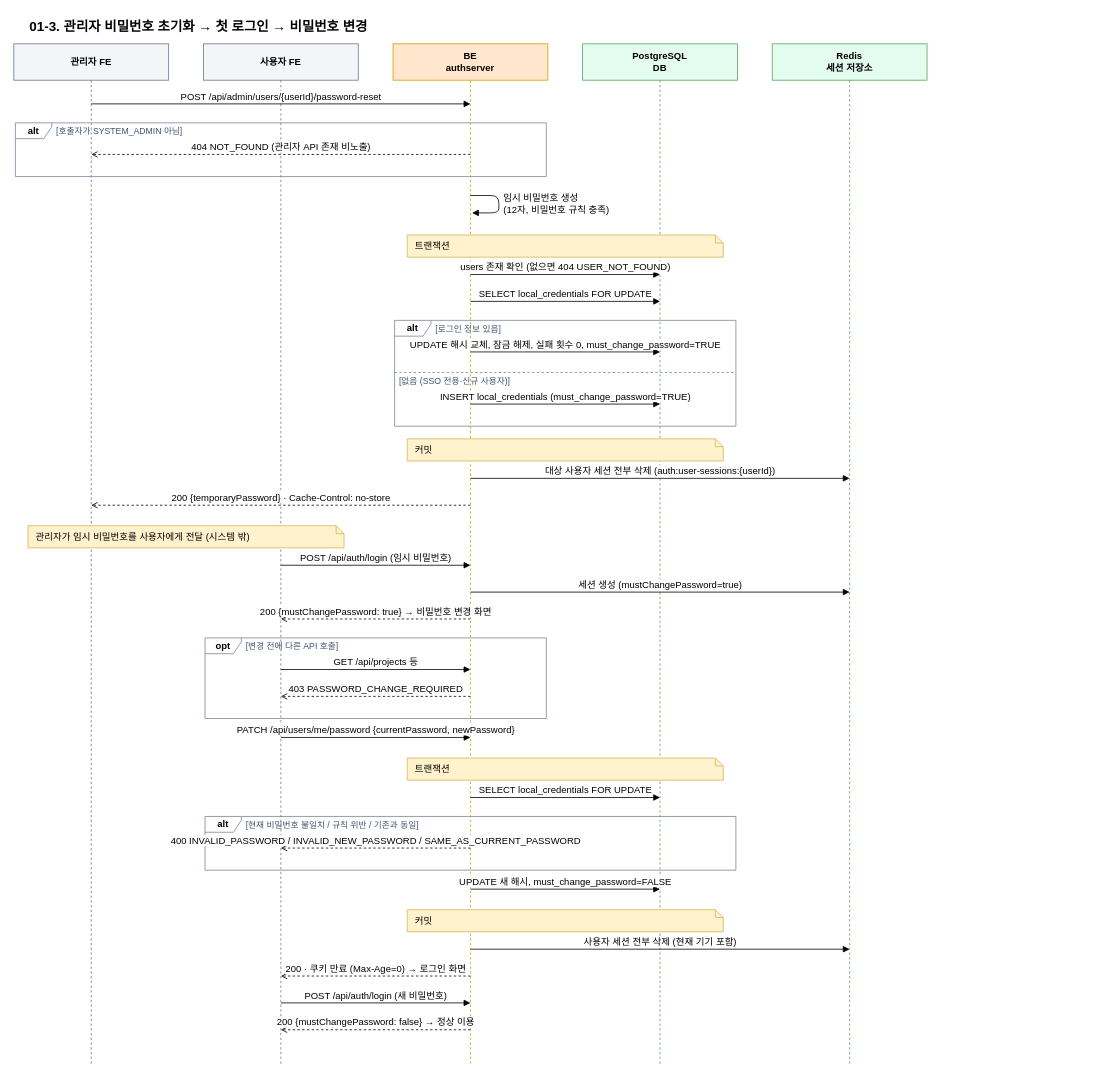
Before: docs/sequence/01-3-password-reset-and-change.drawio in WonikQnCKDT/CoreviaAI_BE, a draw.io diagram. Source tidied: cells renumbered, new cells numbered last; positions are measured from the earlier drawing's top-left corner, leaving out a move shared by most shapes. Both pictures are drawn from the tidied source at 79%, with x=0, y=0 at pixel (13, 13).
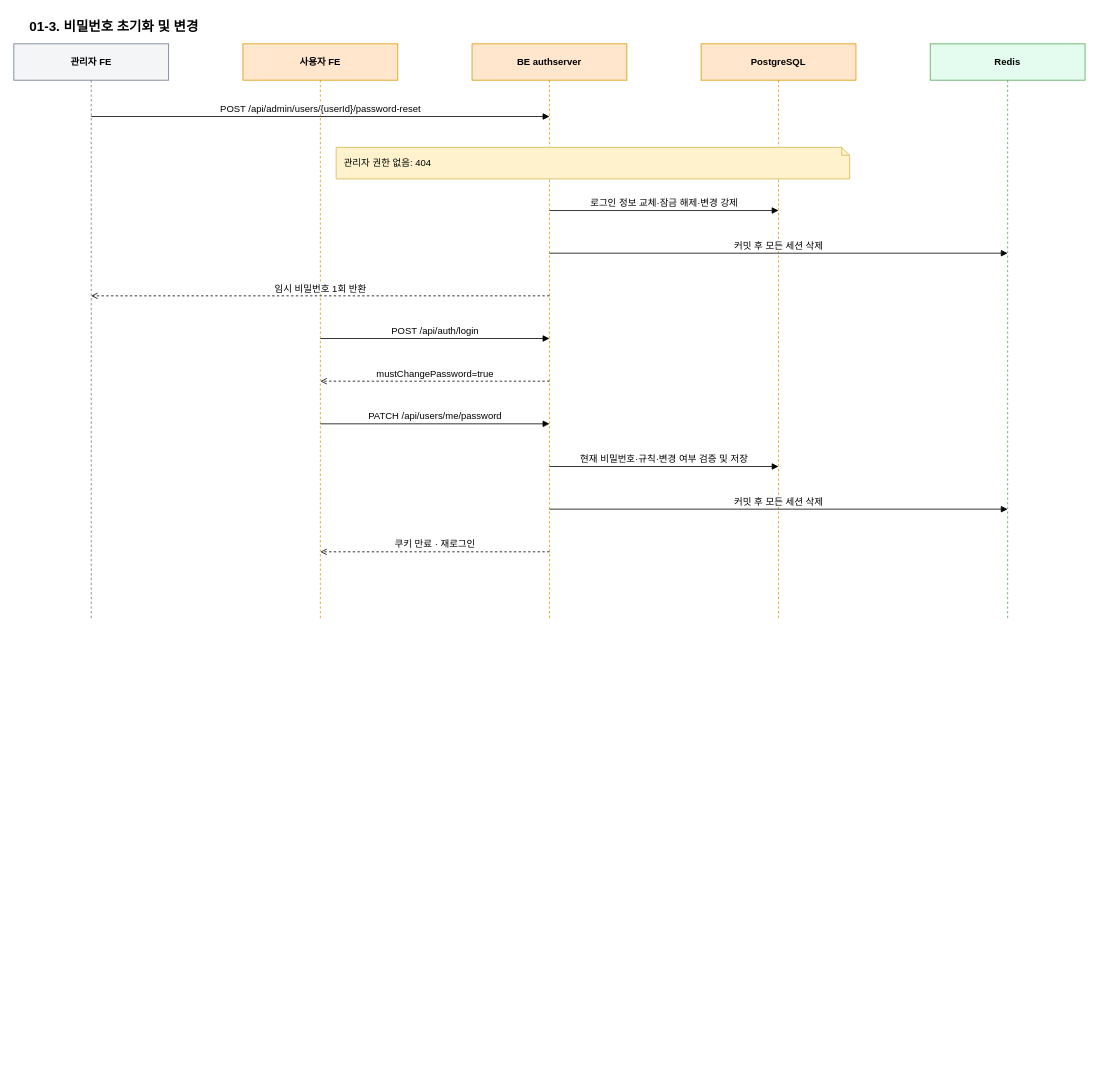
After the change.

Diff of the diagram source:
```diff
@@
+    <mxCell id="18" value="관리자 FE" style="shape=umlLifeline;perimeter=lifelinePerimeter;whiteSpace=wrap;html=1;size=46;fillColor=#F4F5F7;strokeColor=#6B778C;fontStyle=1;" parent="1" vertex="1">
+      <mxGeometry y="38" width="196" height="727" as="geometry" />
+    </mxCell>
+    <mxCell id="19" value="사용자 FE" style="shape=umlLifeline;perimeter=lifelinePerimeter;whiteSpace=wrap;html=1;size=46;fillColor=#FFE6CC;strokeColor=#D79B00;fontStyle=1;" parent="1" vertex="1">
+      <mxGeometry x="290" y="38" width="196" height="727" as="geometry" />
+    </mxCell>
+    <mxCell id="20" value="BE authserver" style="shape=umlLifeline;perimeter=lifelinePerimeter;whiteSpace=wrap;html=1;size=46;fillColor=#FFE6CC;strokeColor=#D79B00;fontStyle=1;" parent="1" vertex="1">
+      <mxGeometry x="580" y="38" width="196" height="727" as="geometry" />
+    </mxCell>
+    <mxCell id="21" value="PostgreSQL" style="shape=umlLifeline;perimeter=lifelinePerimeter;whiteSpace=wrap;html=1;size=46;fillColor=#FFE6CC;strokeColor=#D79B00;fontStyle=1;" parent="1" vertex="1">
+      <mxGeometry x="870" y="38" width="196" height="727" as="geometry" />
+    </mxCell>
+    <mxCell id="22" value="Redis" style="shape=umlLifeline;perimeter=lifelinePerimeter;whiteSpace=wrap;html=1;size=46;fillColor=#E3FCEF;strokeColor=#57A55A;fontStyle=1;" parent="1" vertex="1">
+      <mxGeometry x="1160" y="38" width="196" height="727" as="geometry" />
+    </mxCell>
-    <mxCell id="2" value="alt" style="shape=umlFrame;whiteSpace=wrap;html=1;width=46;height=20;fillColor=none;strokeColor=#7A869A;fontStyle=1;" parent="1" vertex="1">
-      <mxGeometry x="2" y="138" width="672" height="68" as="geometry" />
+    <mxCell id="2" value="POST /api/admin/users/{userId}/password-reset" style="endArrow=block;endFill=1;html=1;verticalAlign=bottom;fontSize=12;" parent="1" edge="1">
+      <mxGeometry relative="1" as="geometry">
+        <mxPoint x="98" y="130" as="sourcePoint" />
+        <mxPoint x="678" y="130" as="targetPoint" />
+      </mxGeometry>
     </mxCell>
-    <mxCell id="3" value="[호출자가 SYSTEM_ADMIN 아님]" style="text;html=1;align=left;verticalAlign=middle;fontColor=#42526E;fontSize=11;" parent="1" vertex="1">
-      <mxGeometry x="52" y="139" width="618" height="20" as="geometry" />
+    <mxCell id="3" value="관리자 권한 없음: 404" style="shape=note;size=10;whiteSpace=wrap;html=1;fillColor=#FFF2CC;strokeColor=#D6B656;align=left;spacingLeft=8;verticalAlign=middle;fontSize=12;" parent="1" vertex="1">
+      <mxGeometry x="408" y="169" width="650" height="40" as="geometry" />
     </mxCell>
-    <mxCell id="4" value="alt" style="shape=umlFrame;whiteSpace=wrap;html=1;width=46;height=20;fillColor=none;strokeColor=#7A869A;fontStyle=1;" parent="1" vertex="1">
-      <mxGeometry x="482" y="388" width="432" height="134" as="geometry" />
+    <mxCell id="4" value="로그인 정보 교체·잠금 해제·변경 강제" style="endArrow=block;endFill=1;html=1;verticalAlign=bottom;fontSize=12;" parent="1" edge="1">
+      <mxGeometry relative="1" as="geometry">
+        <mxPoint x="678" y="249" as="sourcePoint" />
+        <mxPoint x="968" y="249" as="targetPoint" />
+      </mxGeometry>
     </mxCell>
-    <mxCell id="5" value="[로그인 정보 있음]" style="text;html=1;align=left;verticalAlign=middle;fontColor=#42526E;fontSize=11;" parent="1" vertex="1">
-      <mxGeometry x="532" y="389" width="378" height="20" as="geometry" />
+    <mxCell id="5" value="커밋 후 모든 세션 삭제" style="endArrow=block;endFill=1;html=1;verticalAlign=bottom;fontSize=12;" parent="1" edge="1">
+      <mxGeometry relative="1" as="geometry">
+        <mxPoint x="678" y="303" as="sourcePoint" />
+        <mxPoint x="1258" y="303" as="targetPoint" />
+      </mxGeometry>
     </mxCell>
-    <mxCell id="6" style="endArrow=none;dashed=1;html=1;strokeColor=#7A869A;" parent="1" edge="1">
+    <mxCell id="6" value="임시 비밀번호 1회 반환" style="dashed=1;endArrow=open;endFill=0;html=1;verticalAlign=bottom;fontSize=12;" parent="1" edge="1">
       <mxGeometry relative="1" as="geometry">
-        <mxPoint x="482" y="454" as="sourcePoint" />
-        <mxPoint x="914" y="454" as="targetPoint" />
+        <mxPoint x="678" y="357" as="sourcePoint" />
+        <mxPoint x="98" y="357" as="targetPoint" />
       </mxGeometry>
     </mxCell>
-    <mxCell id="7" value="[없음 (SSO 전용·신규 사용자)]" style="text;html=1;align=left;verticalAlign=middle;fontColor=#42526E;fontSize=11;" parent="1" vertex="1">
-      <mxGeometry x="486" y="455" width="424" height="20" as="geometry" />
+    <mxCell id="7" value="POST /api/auth/login" style="endArrow=block;endFill=1;html=1;verticalAlign=bottom;fontSize=12;" parent="1" edge="1">
+      <mxGeometry relative="1" as="geometry">
+        <mxPoint x="388" y="411" as="sourcePoint" />
+        <mxPoint x="678" y="411" as="targetPoint" />
+      </mxGeometry>
     </mxCell>
-    <mxCell id="8" value="opt" style="shape=umlFrame;whiteSpace=wrap;html=1;width=46;height=20;fillColor=none;strokeColor=#7A869A;fontStyle=1;" parent="1" vertex="1">
-      <mxGeometry x="242" y="790" width="432" height="102" as="geometry" />
+    <mxCell id="8" value="mustChangePassword=true" style="dashed=1;endArrow=open;endFill=0;html=1;verticalAlign=bottom;fontSize=12;" parent="1" edge="1">
+      <mxGeometry relative="1" as="geometry">
+        <mxPoint x="678" y="465" as="sourcePoint" />
+        <mxPoint x="388" y="465" as="targetPoint" />
+      </mxGeometry>
     </mxCell>
-    <mxCell id="9" value="[변경 전에 다른 API 호출]" style="text;html=1;align=left;verticalAlign=middle;fontColor=#42526E;fontSize=11;" parent="1" vertex="1">
-      <mxGeometry x="292" y="791" width="378" height="20" as="geometry" />
+    <mxCell id="9" value="PATCH /api/users/me/password" style="endArrow=block;endFill=1;html=1;verticalAlign=bottom;fontSize=12;" parent="1" edge="1">
+      <mxGeometry relative="1" as="geometry">
+        <mxPoint x="388" y="519" as="sourcePoint" />
+        <mxPoint x="678" y="519" as="targetPoint" />
+      </mxGeometry>
     </mxCell>
-    <mxCell id="10" value="alt" style="shape=umlFrame;whiteSpace=wrap;html=1;width=46;height=20;fillColor=none;strokeColor=#7A869A;fontStyle=1;" parent="1" vertex="1">
-      <mxGeometry x="242" y="1016" width="672" height="68" as="geometry" />
+    <mxCell id="10" value="현재 비밀번호·규칙·변경 여부 검증 및 저장" style="endArrow=block;endFill=1;html=1;verticalAlign=bottom;fontSize=12;" parent="1" edge="1">
+      <mxGeometry relative="1" as="geometry">
+        <mxPoint x="678" y="573" as="sourcePoint" />
+        <mxPoint x="968" y="573" as="targetPoint" />
+      </mxGeometry>
     </mxCell>
-    <mxCell id="11" value="[현재 비밀번호 불일치 / 규칙 위반 / 기존과 동일]" style="text;html=1;align=left;verticalAlign=middle;fontColor=#42526E;fontSize=11;" parent="1" vertex="1">
-      <mxGeometry x="292" y="1017" width="618" height="20" as="geometry" />
+    <mxCell id="11" value="커밋 후 모든 세션 삭제" style="endArrow=block;endFill=1;html=1;verticalAlign=bottom;fontSize=12;" parent="1" edge="1">
+      <mxGeometry relative="1" as="geometry">
+        <mxPoint x="678" y="627" as="sourcePoint" />
+        <mxPoint x="1258" y="627" as="targetPoint" />
+      </mxGeometry>
     </mxCell>
-    <mxCell id="12" value="관리자 FE" style="shape=umlLifeline;perimeter=lifelinePerimeter;whiteSpace=wrap;html=1;size=46;fillColor=#F4F5F7;strokeColor=#6B778C;fontStyle=1;" parent="1" vertex="1">
-      <mxGeometry y="38" width="196" height="1292" as="geometry" />
-    </mxCell>
-    <mxCell id="13" value="사용자 FE" style="shape=umlLifeline;perimeter=lifelinePerimeter;whiteSpace=wrap;html=1;size=46;fillColor=#F4F5F7;strokeColor=#6B778C;fontStyle=1;" parent="1" vertex="1">
-      <mxGeometry x="240" y="38" width="196" height="1292" as="geometry" />
-    </mxCell>
-    <mxCell id="14" value="BE&lt;br&gt;authserver" style="shape=umlLifeline;perimeter=lifelinePerimeter;whiteSpace=wrap;html=1;size=46;fillColor=#FFE6CC;strokeColor=#D79B00;fontStyle=1;" parent="1" vertex="1">
-      <mxGeometry x="480" y="38" width="196" height="1292" as="geometry" />
-    </mxCell>
-    <mxCell id="15" value="PostgreSQL&lt;br&gt;DB" style="shape=umlLifeline;perimeter=lifelinePerimeter;whiteSpace=wrap;html=1;size=46;fillColor=#E3FCEF;strokeColor=#57A55A;fontStyle=1;" parent="1" vertex="1">
-      <mxGeometry x="720" y="38" width="196" height="1292" as="geometry" />
-    </mxCell>
-    <mxCell id="16" value="Redis&lt;br&gt;세션 저장소" style="shape=umlLifeline;perimeter=lifelinePerimeter;whiteSpace=wrap;html=1;size=46;fillColor=#E3FCEF;strokeColor=#57A55A;fontStyle=1;" parent="1" vertex="1">
-      <mxGeometry x="960" y="38" width="196" height="1292" as="geometry" />
-    </mxCell>
-    <mxCell id="17" value="POST /api/admin/users/{userId}/password-reset" style="endArrow=block;endFill=1;html=1;verticalAlign=bottom;fontSize=12;" parent="1" edge="1">
+    <mxCell id="17" value="쿠키 만료 · 재로그인" style="dashed=1;endArrow=open;endFill=0;html=1;verticalAlign=bottom;fontSize=12;" parent="1" edge="1">
       <mxGeometry relative="1" as="geometry">
-        <mxPoint x="98" y="114" as="sourcePoint" />
-        <mxPoint x="578" y="114" as="targetPoint" />
+        <mxPoint x="678" y="681" as="sourcePoint" />
+        <mxPoint x="388" y="681" as="targetPoint" />
       </mxGeometry>
     </mxCell>
-    <mxCell id="18" value="404 NOT_FOUND (관리자 API 존재 비노출)" style="dashed=1;endArrow=open;endFill=0;html=1;verticalAlign=bottom;fontSize=12;" parent="1" edge="1">
-      <mxGeometry relative="1" as="geometry">
-        <mxPoint x="578" y="178" as="sourcePoint" />
-        <mxPoint x="98" y="178" as="targetPoint" />
-      </mxGeometry>
-    </mxCell>
-    <mxCell id="19" value="임시 비밀번호 생성&lt;br&gt;(12자, 비밀번호 규칙 충족)" style="endArrow=block;endFill=1;html=1;align=left;spacingLeft=4;fontSize=12;edgeStyle=none;" parent="1" edge="1">
-      <mxGeometry relative="1" as="geometry">
-        <mxPoint x="578" y="230" as="sourcePoint" />
-        <mxPoint x="580" y="252" as="targetPoint" />
-        <Array as="points">
-          <mxPoint x="614" y="230" />
-          <mxPoint x="614" y="252" />
-        </Array>
-      </mxGeometry>
-    </mxCell>
-    <mxCell id="20" value="트랜잭션" style="shape=note;size=10;whiteSpace=wrap;html=1;fillColor=#FFF2CC;strokeColor=#D6B656;align=left;spacingLeft=8;verticalAlign=top;fontSize=12;" parent="1" vertex="1">
-      <mxGeometry x="498" y="280" width="400" height="28" as="geometry" />
-    </mxCell>
-    <mxCell id="21" value="users 존재 확인 (없으면 404 USER_NOT_FOUND)" style="endArrow=block;endFill=1;html=1;verticalAlign=bottom;fontSize=12;" parent="1" edge="1">
-      <mxGeometry relative="1" as="geometry">
-        <mxPoint x="578" y="330" as="sourcePoint" />
-        <mxPoint x="818" y="330" as="targetPoint" />
-      </mxGeometry>
-    </mxCell>
-    <mxCell id="22" value="SELECT local_credentials FOR UPDATE" style="endArrow=block;endFill=1;html=1;verticalAlign=bottom;fontSize=12;" parent="1" edge="1">
-      <mxGeometry relative="1" as="geometry">
-        <mxPoint x="578" y="364" as="sourcePoint" />
-        <mxPoint x="818" y="364" as="targetPoint" />
-      </mxGeometry>
-    </mxCell>
-    <mxCell id="23" value="UPDATE 해시 교체, 잠금 해제, 실패 횟수 0, must_change_password=TRUE" style="endArrow=block;endFill=1;html=1;verticalAlign=bottom;fontSize=12;" parent="1" edge="1">
-      <mxGeometry relative="1" as="geometry">
-        <mxPoint x="578" y="428" as="sourcePoint" />
-        <mxPoint x="818" y="428" as="targetPoint" />
-      </mxGeometry>
+    <mxCell id="23" value="01-3. 비밀번호 초기화 및 변경" style="text;html=1;fontSize=17;fontStyle=1;align=left;" parent="1" vertex="1">
+      <mxGeometry x="18" width="1100" height="26" as="geometry" />
     </mxCell>
-    <mxCell id="24" value="INSERT local_credentials (must_change_password=TRUE)" style="endArrow=block;endFill=1;html=1;verticalAlign=bottom;fontSize=12;" parent="1" edge="1">
-      <mxGeometry relative="1" as="geometry">
-        <mxPoint x="578" y="494" as="sourcePoint" />
-        <mxPoint x="818" y="494" as="targetPoint" />
-      </mxGeometry>
-    </mxCell>
-    <mxCell id="25" value="커밋" style="shape=note;size=10;whiteSpace=wrap;html=1;fillColor=#FFF2CC;strokeColor=#D6B656;align=left;spacingLeft=8;verticalAlign=top;fontSize=12;" parent="1" vertex="1">
-      <mxGeometry x="498" y="538" width="400" height="28" as="geometry" />
-    </mxCell>
-    <mxCell id="26" value="대상 사용자 세션 전부 삭제 (auth:user-sessions:{userId})" style="endArrow=block;endFill=1;html=1;verticalAlign=bottom;fontSize=12;" parent="1" edge="1">
-      <mxGeometry relative="1" as="geometry">
-        <mxPoint x="578" y="588" as="sourcePoint" />
-        <mxPoint x="1058" y="588" as="targetPoint" />
-      </mxGeometry>
-    </mxCell>
-    <mxCell id="27" value="200 {temporaryPassword} · Cache-Control: no-store" style="dashed=1;endArrow=open;endFill=0;html=1;verticalAlign=bottom;fontSize=12;" parent="1" edge="1">
-      <mxGeometry relative="1" as="geometry">
-        <mxPoint x="578" y="622" as="sourcePoint" />
-        <mxPoint x="98" y="622" as="targetPoint" />
-      </mxGeometry>
-    </mxCell>
-    <mxCell id="28" value="관리자가 임시 비밀번호를 사용자에게 전달 (시스템 밖)" style="shape=note;size=10;whiteSpace=wrap;html=1;fillColor=#FFF2CC;strokeColor=#D6B656;align=left;spacingLeft=8;verticalAlign=top;fontSize=12;" parent="1" vertex="1">
-      <mxGeometry x="18" y="648" width="400" height="28" as="geometry" />
-    </mxCell>
-    <mxCell id="29" value="POST /api/auth/login (임시 비밀번호)" style="endArrow=block;endFill=1;html=1;verticalAlign=bottom;fontSize=12;" parent="1" edge="1">
-      <mxGeometry relative="1" as="geometry">
-        <mxPoint x="338" y="698" as="sourcePoint" />
-        <mxPoint x="578" y="698" as="targetPoint" />
-      </mxGeometry>
-    </mxCell>
-    <mxCell id="30" value="세션 생성 (mustChangePassword=true)" style="endArrow=block;endFill=1;html=1;verticalAlign=bottom;fontSize=12;" parent="1" edge="1">
-      <mxGeometry relative="1" as="geometry">
-        <mxPoint x="578" y="732" as="sourcePoint" />
-        <mxPoint x="1058" y="732" as="targetPoint" />
-      </mxGeometry>
-    </mxCell>
-    <mxCell id="31" value="200 {mustChangePassword: true} → 비밀번호 변경 화면" style="dashed=1;endArrow=open;endFill=0;html=1;verticalAlign=bottom;fontSize=12;" parent="1" edge="1">
-      <mxGeometry relative="1" as="geometry">
-        <mxPoint x="578" y="766" as="sourcePoint" />
-        <mxPoint x="338" y="766" as="targetPoint" />
-      </mxGeometry>
-    </mxCell>
-    <mxCell id="32" value="GET /api/projects 등" style="endArrow=block;endFill=1;html=1;verticalAlign=bottom;fontSize=12;" parent="1" edge="1">
-      <mxGeometry relative="1" as="geometry">
-        <mxPoint x="338" y="830" as="sourcePoint" />
-        <mxPoint x="578" y="830" as="targetPoint" />
-      </mxGeometry>
-    </mxCell>
-    <mxCell id="33" value="403 PASSWORD_CHANGE_REQUIRED" style="dashed=1;endArrow=open;endFill=0;html=1;verticalAlign=bottom;fontSize=12;" parent="1" edge="1">
-      <mxGeometry relative="1" as="geometry">
-        <mxPoint x="578" y="864" as="sourcePoint" />
-        <mxPoint x="338" y="864" as="targetPoint" />
-      </mxGeometry>
-    </mxCell>
-    <mxCell id="34" value="PATCH /api/users/me/password {currentPassword, newPassword}" style="endArrow=block;endFill=1;html=1;verticalAlign=bottom;fontSize=12;" parent="1" edge="1">
-      <mxGeometry relative="1" as="geometry">
-        <mxPoint x="338" y="916" as="sourcePoint" />
-        <mxPoint x="578" y="916" as="targetPoint" />
-      </mxGeometry>
-    </mxCell>
-    <mxCell id="35" value="트랜잭션" style="shape=note;size=10;whiteSpace=wrap;html=1;fillColor=#FFF2CC;strokeColor=#D6B656;align=left;spacingLeft=8;verticalAlign=top;fontSize=12;" parent="1" vertex="1">
-      <mxGeometry x="498" y="942" width="400" height="28" as="geometry" />
-    </mxCell>
-    <mxCell id="36" value="SELECT local_credentials FOR UPDATE" style="endArrow=block;endFill=1;html=1;verticalAlign=bottom;fontSize=12;" parent="1" edge="1">
-      <mxGeometry relative="1" as="geometry">
-        <mxPoint x="578" y="992" as="sourcePoint" />
-        <mxPoint x="818" y="992" as="targetPoint" />
-      </mxGeometry>
-    </mxCell>
-    <mxCell id="37" value="400 INVALID_PASSWORD / INVALID_NEW_PASSWORD / SAME_AS_CURRENT_PASSWORD" style="dashed=1;endArrow=open;endFill=0;html=1;verticalAlign=bottom;fontSize=12;" parent="1" edge="1">
-      <mxGeometry relative="1" as="geometry">
-        <mxPoint x="578" y="1056" as="sourcePoint" />
-        <mxPoint x="338" y="1056" as="targetPoint" />
-      </mxGeometry>
-    </mxCell>
-    <mxCell id="38" value="UPDATE 새 해시, must_change_password=FALSE" style="endArrow=block;endFill=1;html=1;verticalAlign=bottom;fontSize=12;" parent="1" edge="1">
-      <mxGeometry relative="1" as="geometry">
-        <mxPoint x="578" y="1108" as="sourcePoint" />
-        <mxPoint x="818" y="1108" as="targetPoint" />
-      </mxGeometry>
-    </mxCell>
-    <mxCell id="39" value="커밋" style="shape=note;size=10;whiteSpace=wrap;html=1;fillColor=#FFF2CC;strokeColor=#D6B656;align=left;spacingLeft=8;verticalAlign=top;fontSize=12;" parent="1" vertex="1">
-      <mxGeometry x="498" y="1134" width="400" height="28" as="geometry" />
-    </mxCell>
-    <mxCell id="40" value="사용자 세션 전부 삭제 (현재 기기 포함)" style="endArrow=block;endFill=1;html=1;verticalAlign=bottom;fontSize=12;" parent="1" edge="1">
-      <mxGeometry relative="1" as="geometry">
-        <mxPoint x="578" y="1184" as="sourcePoint" />
-        <mxPoint x="1058" y="1184" as="targetPoint" />
-      </mxGeometry>
-    </mxCell>
-    <mxCell id="41" value="200 · 쿠키 만료 (Max-Age=0) → 로그인 화면" style="dashed=1;endArrow=open;endFill=0;html=1;verticalAlign=bottom;fontSize=12;" parent="1" edge="1">
-      <mxGeometry relative="1" as="geometry">
-        <mxPoint x="578" y="1218" as="sourcePoint" />
-        <mxPoint x="338" y="1218" as="targetPoint" />
-      </mxGeometry>
-    </mxCell>
-    <mxCell id="42" value="POST /api/auth/login (새 비밀번호)" style="endArrow=block;endFill=1;html=1;verticalAlign=bottom;fontSize=12;" parent="1" edge="1">
-      <mxGeometry relative="1" as="geometry">
-        <mxPoint x="338" y="1252" as="sourcePoint" />
-        <mxPoint x="578" y="1252" as="targetPoint" />
-      </mxGeometry>
-    </mxCell>
-    <mxCell id="43" value="200 {mustChangePassword: false} → 정상 이용" style="dashed=1;endArrow=open;endFill=0;html=1;verticalAlign=bottom;fontSize=12;" parent="1" edge="1">
-      <mxGeometry relative="1" as="geometry">
-        <mxPoint x="578" y="1286" as="sourcePoint" />
-        <mxPoint x="338" y="1286" as="targetPoint" />
-      </mxGeometry>
-    </mxCell>
-    <mxCell id="44" value="01-3. 관리자 비밀번호 초기화 → 첫 로그인 → 비밀번호 변경" style="text;html=1;fontSize=17;fontStyle=1;align=left;" parent="1" vertex="1">
-      <mxGeometry x="18" width="900" height="26" as="geometry" />
-    </mxCell>
```
